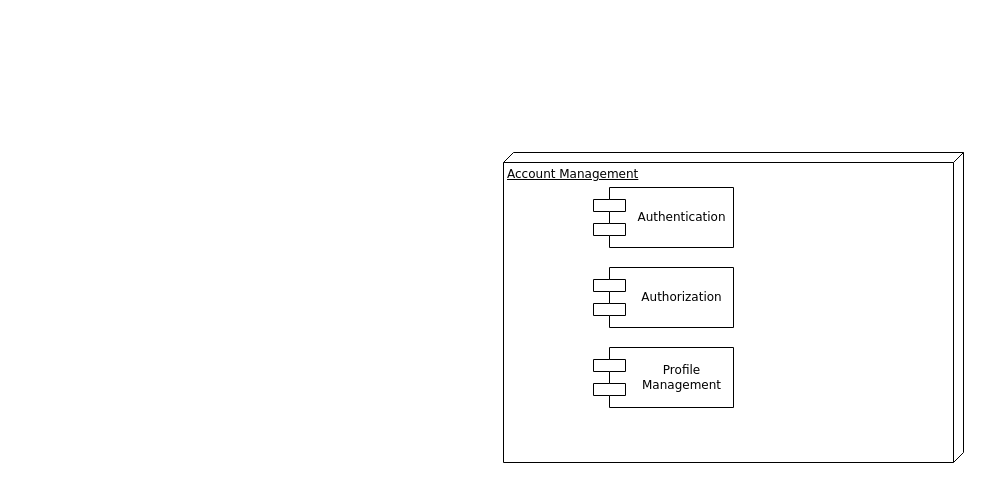
Before: DD/Misc/Component3.drawio in Zero3474/AlkhetiarBonardi, a draw.io diagram. Source tidied: cells renumbered, new cells numbered last; positions are measured from the earlier drawing's top-left corner, leaving out a move shared by most shapes. Both pictures are drawn from the tidied source at 100%, with x=0, y=0 at pixel (503, 152).
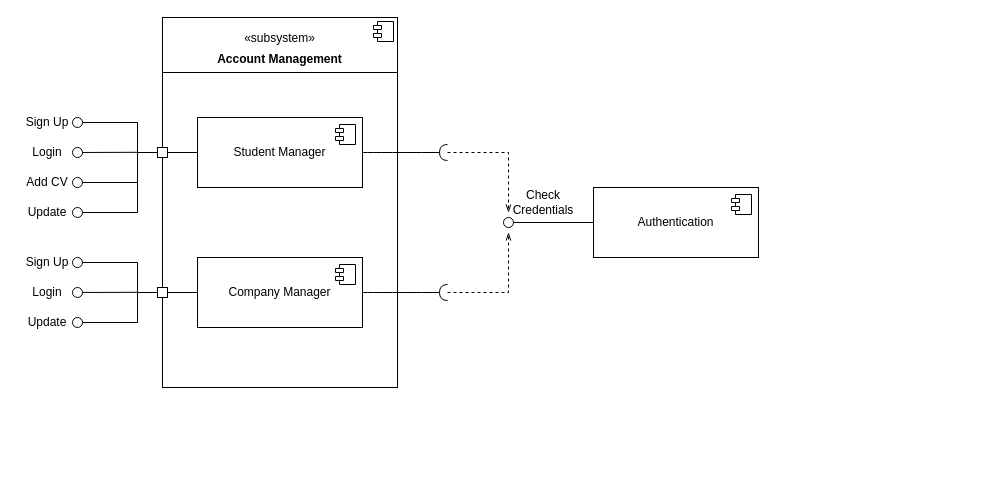
Above is the later version.

Commit message (it also covers changes not shown here):
Updated Component views

What changed in the source:
```diff
@@
-    <mxCell id="2" value="Account Management" style="verticalAlign=top;align=left;spacingTop=8;spacingLeft=2;spacingRight=12;shape=cube;size=10;direction=south;fontStyle=4;html=1;rounded=0;shadow=0;comic=0;labelBackgroundColor=none;strokeWidth=1;fontFamily=Verdana;fontSize=12;" parent="1" vertex="1">
-      <mxGeometry width="460" height="310" as="geometry" />
-    </mxCell>
+    <mxCell id="6" value="&lt;div&gt;&lt;br&gt;&lt;/div&gt;&lt;div align=&quot;center&quot;&gt;«subsystem»&lt;/div&gt;&lt;p style=&quot;margin:0px;margin-top:6px;text-align:center;&quot;&gt;&lt;b&gt;Account Management&lt;br&gt;&lt;/b&gt;&lt;/p&gt;&lt;hr size=&quot;1&quot; style=&quot;border-style:solid;&quot;&gt;&lt;p style=&quot;margin:0px;margin-left:8px;&quot;&gt;&lt;br&gt;&lt;/p&gt;" style="align=left;overflow=fill;html=1;whiteSpace=wrap;" parent="1" vertex="1">
+      <mxGeometry x="-341" y="-135" width="235" height="370" as="geometry" />
+    </mxCell>
+    <mxCell id="7" style="shape=component;jettyWidth=8;jettyHeight=4;" parent="6" vertex="1">
+      <mxGeometry x="1" width="20" height="20" relative="1" as="geometry">
+        <mxPoint x="-24" y="4" as="offset" />
+      </mxGeometry>
+    </mxCell>
+    <mxCell id="8" value="&lt;div&gt;Student Manager&lt;/div&gt;" style="html=1;whiteSpace=wrap;" parent="1" vertex="1">
+      <mxGeometry x="-306" y="-35" width="165" height="70" as="geometry" />
+    </mxCell>
+    <mxCell id="9" style="shape=module;jettyWidth=8;jettyHeight=4;" parent="8" vertex="1">
+      <mxGeometry x="1" width="20" height="20" relative="1" as="geometry">
+        <mxPoint x="-27" y="7" as="offset" />
+      </mxGeometry>
+    </mxCell>
+    <mxCell id="10" value="&lt;div&gt;Company Manager&lt;/div&gt;" style="html=1;whiteSpace=wrap;" parent="1" vertex="1">
+      <mxGeometry x="-306" y="105" width="165" height="70" as="geometry" />
+    </mxCell>
+    <mxCell id="11" style="shape=module;jettyWidth=8;jettyHeight=4;" parent="10" vertex="1">
+      <mxGeometry x="1" width="20" height="20" relative="1" as="geometry">
+        <mxPoint x="-27" y="7" as="offset" />
+      </mxGeometry>
+    </mxCell>
+    <mxCell id="12" value="Sign Up" style="text;html=1;align=center;verticalAlign=middle;whiteSpace=wrap;rounded=0;" parent="1" vertex="1">
+      <mxGeometry x="-486" y="-45" width="60" height="30" as="geometry" />
+    </mxCell>
+    <mxCell id="13" style="rounded=0;jettySize=auto;html=1;endArrow=oval;endFill=0;sourcePerimeterSpacing=0;targetPerimeterSpacing=0;endSize=10;strokeColor=default;flowAnimation=0;snapToPoint=0;anchorPointDirection=1;fixDash=0;noJump=0;jumpStyle=none;entryX=1;entryY=0.5;entryDx=0;entryDy=0;" parent="1" edge="1" target="12">
+      <mxGeometry relative="1" as="geometry">
+        <mxPoint x="-366" as="sourcePoint" />
+        <Array as="points">
+          <mxPoint x="-366" y="-30" />
+        </Array>
+      </mxGeometry>
+    </mxCell>
+    <mxCell id="14" value="Login" style="text;html=1;align=center;verticalAlign=middle;whiteSpace=wrap;rounded=0;" parent="1" vertex="1">
+      <mxGeometry x="-486" y="-15" width="60" height="30" as="geometry" />
+    </mxCell>
+    <mxCell id="15" style="rounded=0;jettySize=auto;html=1;endArrow=oval;endFill=0;sourcePerimeterSpacing=0;targetPerimeterSpacing=0;endSize=10;exitX=0;exitY=0.5;exitDx=0;exitDy=0;entryX=1;entryY=0.5;entryDx=0;entryDy=0;" parent="1" edge="1" target="14">
+      <mxGeometry relative="1" as="geometry">
+        <mxPoint x="-366" y="-0.2" as="sourcePoint" />
+      </mxGeometry>
+    </mxCell>
+    <mxCell id="16" style="endArrow=none;html=1;entryX=0;entryY=0.5;entryDx=0;entryDy=0;" parent="1" edge="1" target="8">
+      <mxGeometry relative="1" as="geometry">
+        <mxPoint x="-366" as="sourcePoint" />
+      </mxGeometry>
+    </mxCell>
+    <mxCell id="17" style="whiteSpace=wrap;html=1;rounded=0;" parent="1" vertex="1">
+      <mxGeometry x="-346" y="-5" width="10" height="10" as="geometry" />
+    </mxCell>
+    <mxCell id="18" value="Update" style="text;html=1;align=center;verticalAlign=middle;whiteSpace=wrap;rounded=0;" parent="1" vertex="1">
+      <mxGeometry x="-486" y="45" width="60" height="30" as="geometry" />
+    </mxCell>
+    <mxCell id="19" style="rounded=0;jettySize=auto;html=1;endArrow=oval;endFill=0;sourcePerimeterSpacing=0;targetPerimeterSpacing=0;endSize=10;entryX=1;entryY=0.5;entryDx=0;entryDy=0;" parent="1" edge="1" target="18">
+      <mxGeometry relative="1" as="geometry">
+        <mxPoint x="-366" as="sourcePoint" />
+        <Array as="points">
+          <mxPoint x="-366" y="60" />
+        </Array>
+      </mxGeometry>
+    </mxCell>
+    <mxCell id="20" value="Add CV" style="text;html=1;align=center;verticalAlign=middle;whiteSpace=wrap;rounded=0;" parent="1" vertex="1">
+      <mxGeometry x="-486" y="15" width="60" height="30" as="geometry" />
+    </mxCell>
+    <mxCell id="21" style="rounded=0;jettySize=auto;html=1;endArrow=oval;endFill=0;sourcePerimeterSpacing=0;targetPerimeterSpacing=0;endSize=10;entryX=1;entryY=0.5;entryDx=0;entryDy=0;" parent="1" edge="1" target="20">
+      <mxGeometry relative="1" as="geometry">
+        <mxPoint x="-366" as="sourcePoint" />
+        <Array as="points">
+          <mxPoint x="-366" y="30" />
+        </Array>
+      </mxGeometry>
+    </mxCell>
+    <mxCell id="22" value="Sign Up" style="text;html=1;align=center;verticalAlign=middle;whiteSpace=wrap;rounded=0;" parent="1" vertex="1">
+      <mxGeometry x="-486" y="95" width="60" height="30" as="geometry" />
+    </mxCell>
+    <mxCell id="23" style="rounded=0;jettySize=auto;html=1;endArrow=oval;endFill=0;sourcePerimeterSpacing=0;targetPerimeterSpacing=0;endSize=10;strokeColor=default;flowAnimation=0;snapToPoint=0;anchorPointDirection=1;fixDash=0;noJump=0;jumpStyle=none;entryX=1;entryY=0.5;entryDx=0;entryDy=0;" parent="1" edge="1" target="22">
+      <mxGeometry relative="1" as="geometry">
+        <mxPoint x="-366" y="140" as="sourcePoint" />
+        <Array as="points">
+          <mxPoint x="-366" y="110" />
+        </Array>
+      </mxGeometry>
+    </mxCell>
+    <mxCell id="24" value="Login" style="text;html=1;align=center;verticalAlign=middle;whiteSpace=wrap;rounded=0;" parent="1" vertex="1">
+      <mxGeometry x="-486" y="125" width="60" height="30" as="geometry" />
+    </mxCell>
+    <mxCell id="25" style="rounded=0;jettySize=auto;html=1;endArrow=oval;endFill=0;sourcePerimeterSpacing=0;targetPerimeterSpacing=0;endSize=10;exitX=0;exitY=0.5;exitDx=0;exitDy=0;entryX=1;entryY=0.5;entryDx=0;entryDy=0;" parent="1" edge="1" target="24">
+      <mxGeometry relative="1" as="geometry">
+        <mxPoint x="-366" y="139.8" as="sourcePoint" />
+      </mxGeometry>
+    </mxCell>
+    <mxCell id="26" style="endArrow=none;html=1;entryX=0;entryY=0.5;entryDx=0;entryDy=0;" parent="1" edge="1" target="10">
+      <mxGeometry relative="1" as="geometry">
+        <mxPoint x="-366" y="140" as="sourcePoint" />
+      </mxGeometry>
+    </mxCell>
+    <mxCell id="27" style="whiteSpace=wrap;html=1;rounded=0;" parent="1" vertex="1">
+      <mxGeometry x="-346" y="135" width="10" height="10" as="geometry" />
+    </mxCell>
+    <mxCell id="28" value="Update" style="text;html=1;align=center;verticalAlign=middle;whiteSpace=wrap;rounded=0;" parent="1" vertex="1">
+      <mxGeometry x="-486" y="155" width="60" height="30" as="geometry" />
+    </mxCell>
+    <mxCell id="29" style="rounded=0;jettySize=auto;html=1;endArrow=oval;endFill=0;sourcePerimeterSpacing=0;targetPerimeterSpacing=0;endSize=10;entryX=1;entryY=0.5;entryDx=0;entryDy=0;" parent="1" edge="1" target="28">
+      <mxGeometry relative="1" as="geometry">
+        <mxPoint x="-366" y="140" as="sourcePoint" />
+        <Array as="points">
+          <mxPoint x="-366" y="170" />
+        </Array>
+      </mxGeometry>
+    </mxCell>
-    <mxCell id="3" value="Authentication" style="shape=component;align=center;spacingLeft=36;rounded=0;shadow=0;comic=0;labelBackgroundColor=none;strokeWidth=1;fontFamily=Verdana;fontSize=12;html=1;" parent="1" vertex="1">
-      <mxGeometry x="90" y="35" width="140" height="60" as="geometry" />
+    <mxCell id="3" value="&lt;div&gt;Authentication&lt;/div&gt;" style="html=1;whiteSpace=wrap;" parent="1" vertex="1">
+      <mxGeometry x="90" y="35" width="165" height="70" as="geometry" />
     </mxCell>
-    <mxCell id="4" value="Authorization" style="shape=component;align=center;spacingLeft=36;rounded=0;shadow=0;comic=0;labelBackgroundColor=none;strokeWidth=1;fontFamily=Verdana;fontSize=12;html=1;" parent="1" vertex="1">
-      <mxGeometry x="90" y="115" width="140" height="60" as="geometry" />
-    </mxCell>
-    <mxCell id="5" value="&lt;div&gt;Profile&lt;/div&gt;&lt;div&gt;Management&lt;/div&gt;" style="shape=component;align=center;spacingLeft=36;rounded=0;shadow=0;comic=0;labelBackgroundColor=none;strokeWidth=1;fontFamily=Verdana;fontSize=12;html=1;" parent="1" vertex="1">
-      <mxGeometry x="90" y="195" width="140" height="60" as="geometry" />
-    </mxCell>
+    <mxCell id="30" style="shape=module;jettyWidth=8;jettyHeight=4;" parent="3" vertex="1">
+      <mxGeometry x="1" width="20" height="20" relative="1" as="geometry">
+        <mxPoint x="-27" y="7" as="offset" />
+      </mxGeometry>
+    </mxCell>
+    <mxCell id="31" style="rounded=0;jettySize=auto;html=1;endArrow=oval;endFill=0;sourcePerimeterSpacing=0;targetPerimeterSpacing=0;endSize=10;exitX=0;exitY=0.5;exitDx=0;exitDy=0;" parent="1" edge="1" source="3">
+      <mxGeometry relative="1" as="geometry">
+        <mxPoint x="5" y="70" as="targetPoint" />
+      </mxGeometry>
+    </mxCell>
+    <mxCell id="32" value="&lt;div&gt;Check Credentials&lt;/div&gt;" style="text;html=1;align=center;verticalAlign=middle;whiteSpace=wrap;rounded=0;" parent="1" vertex="1">
+      <mxGeometry x="10" y="35" width="60" height="30" as="geometry" />
+    </mxCell>
+    <mxCell id="33" style="endArrow=openThin;html=1;rounded=0;dashed=1;endFill=0;" parent="1" edge="1">
+      <mxGeometry relative="1" as="geometry">
+        <mxPoint x="-56" y="140" as="sourcePoint" />
+        <mxPoint x="5" y="80" as="targetPoint" />
+        <Array as="points">
+          <mxPoint x="5" y="140" />
+        </Array>
+      </mxGeometry>
+    </mxCell>
+    <mxCell id="34" style="endArrow=openThin;html=1;rounded=0;dashed=1;endFill=0;" parent="1" edge="1">
+      <mxGeometry relative="1" as="geometry">
+        <mxPoint x="-56" as="sourcePoint" />
+        <mxPoint x="5" y="60" as="targetPoint" />
+        <Array as="points">
+          <mxPoint x="5" />
+        </Array>
+      </mxGeometry>
+    </mxCell>
+    <mxCell id="35" style="rounded=0;jettySize=auto;html=1;endArrow=halfCircle;endFill=0;endSize=6;strokeWidth=1;sketch=0;fontSize=12;curved=1;exitX=1;exitY=0.5;exitDx=0;exitDy=0;" parent="1" edge="1" source="8">
+      <mxGeometry relative="1" as="geometry">
+        <mxPoint x="-56" as="targetPoint" />
+      </mxGeometry>
+    </mxCell>
+    <mxCell id="36" style="ellipse;whiteSpace=wrap;html=1;align=center;fillColor=none;strokeColor=none;perimeter=centerPerimeter;" parent="1" vertex="1">
+      <mxGeometry x="-151" y="105" width="10" height="10" as="geometry" />
+    </mxCell>
+    <mxCell id="37" style="rounded=0;jettySize=auto;html=1;endArrow=halfCircle;endFill=0;endSize=6;strokeWidth=1;sketch=0;fontSize=12;curved=1;exitX=1;exitY=0.5;exitDx=0;exitDy=0;" parent="1" edge="1" source="10">
+      <mxGeometry relative="1" as="geometry">
+        <mxPoint x="-56" y="140" as="targetPoint" />
+      </mxGeometry>
+    </mxCell>
```
